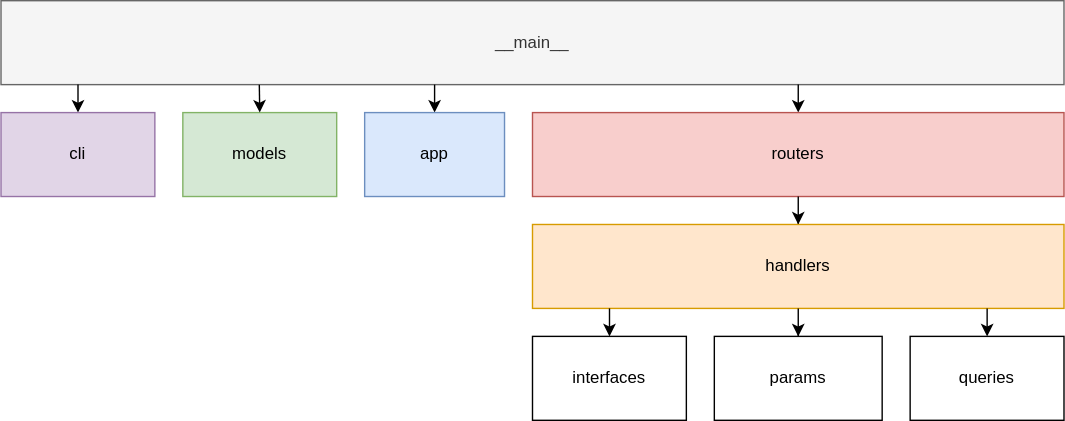
This is docs/_static/img/architecture.svg from Better-HPC/auto-rest, a draw.io export, as it was before one commit. Source tidied: cells renumbered, new cells last; positions are measured from the earlier drawing's top-left corner, leaving out a move shared by most shapes.
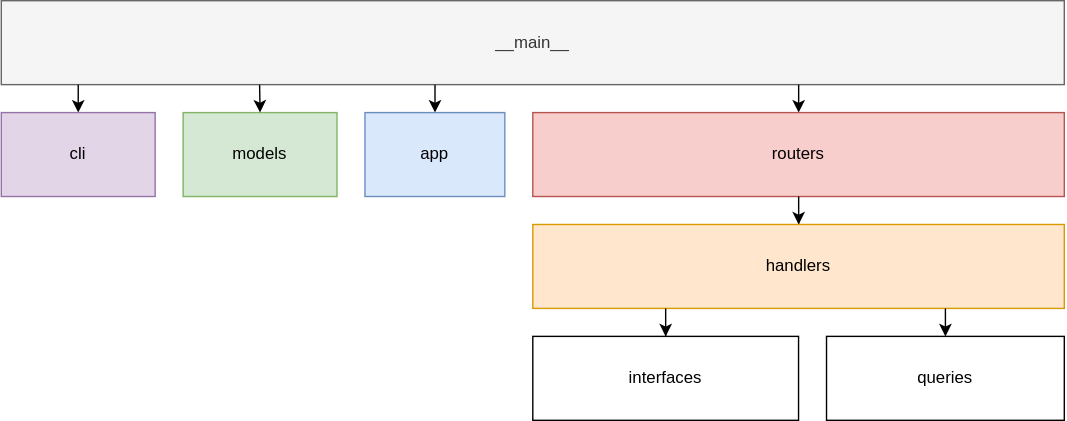
Above is the later version.

Change to the diagram source:
```diff
@@ -36,23 +36,17 @@
     <mxCell id="11" value="&lt;div&gt;handlers&lt;/div&gt;" style="rounded=0;whiteSpace=wrap;html=1;fillColor=#ffe6cc;strokeColor=#d79b00;" parent="1" vertex="1">
       <mxGeometry x="380" y="160" width="380" height="60" as="geometry" />
     </mxCell>
-    <mxCell id="12" style="edgeStyle=orthogonalEdgeStyle;rounded=0;jettySize=auto;html=1;entryX=0.144;entryY=1.006;entryDx=0;entryDy=0;entryPerimeter=0;startArrow=classic;startFill=1;endArrow=none;" parent="1" edge="1" source="13" target="11">
+    <mxCell id="12" style="edgeStyle=orthogonalEdgeStyle;rounded=0;jettySize=auto;html=1;startArrow=classic;startFill=1;endArrow=none;entryX=0.25;entryY=1;entryDx=0;entryDy=0;" parent="1" edge="1" source="13" target="11">
       <mxGeometry relative="1" as="geometry" />
     </mxCell>
     <mxCell id="13" value="interfaces" style="rounded=0;whiteSpace=wrap;html=1;" parent="1" vertex="1">
-      <mxGeometry x="380" y="240" width="110" height="60" as="geometry" />
+      <mxGeometry x="380" y="240" width="190" height="60" as="geometry" />
     </mxCell>
-    <mxCell id="14" style="edgeStyle=orthogonalEdgeStyle;rounded=0;jettySize=auto;html=1;startArrow=classic;startFill=1;endArrow=none;" parent="1" edge="1" source="15" target="11">
-      <mxGeometry relative="1" as="geometry" />
-    </mxCell>
-    <mxCell id="15" value="params" style="rounded=0;whiteSpace=wrap;html=1;" parent="1" vertex="1">
-      <mxGeometry x="510" y="240" width="120" height="60" as="geometry" />
-    </mxCell>
-    <mxCell id="16" style="edgeStyle=orthogonalEdgeStyle;rounded=0;jettySize=auto;html=1;entryX=0.853;entryY=0.999;entryDx=0;entryDy=0;entryPerimeter=0;startArrow=classic;startFill=1;endArrow=none;" parent="1" edge="1" source="17" target="11">
+    <mxCell id="16" style="edgeStyle=orthogonalEdgeStyle;rounded=0;jettySize=auto;html=1;entryX=0.777;entryY=1;entryDx=0;entryDy=0;entryPerimeter=0;startArrow=classic;startFill=1;endArrow=none;" parent="1" edge="1" source="17" target="11">
       <mxGeometry relative="1" as="geometry" />
     </mxCell>
     <mxCell id="17" value="queries" style="rounded=0;whiteSpace=wrap;html=1;" parent="1" vertex="1">
-      <mxGeometry x="650" y="240" width="110" height="60" as="geometry" />
+      <mxGeometry x="590" y="240" width="170" height="60" as="geometry" />
     </mxCell>
     <mxCell id="18" style="edgeStyle=orthogonalEdgeStyle;rounded=0;jettySize=auto;html=1;exitX=0.5;exitY=0;exitDx=0;exitDy=0;entryX=0.243;entryY=1.002;entryDx=0;entryDy=0;entryPerimeter=0;endArrow=none;startFill=1;startArrow=classic;" parent="1" edge="1" source="5" target="2">
       <mxGeometry relative="1" as="geometry" />
```
